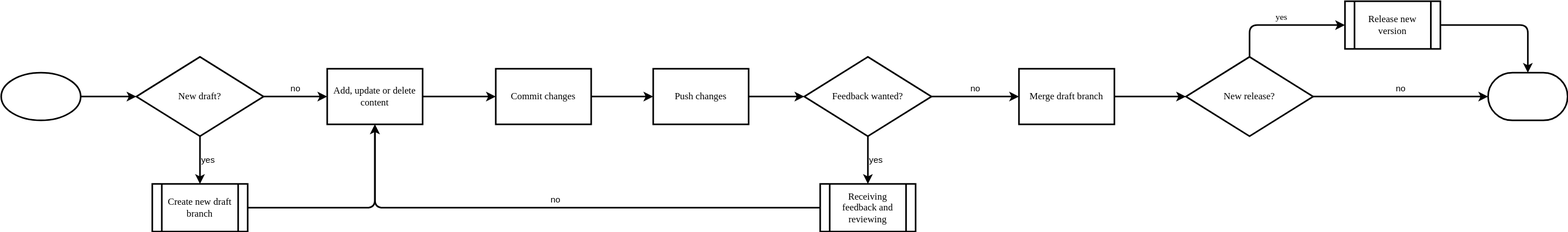
Above: modules/ROOT/images/proc_maintaining_docs.drawio.svg in Netbeheer-Nederland/doc-documentation-manual (draw.io), before the change. Source tidied: cells renumbered, new cells last; positions are measured from the earlier drawing's top-left corner, leaving out a move shared by most shapes. Source of this version:
```xml
<mxGraphModel>
  <root>
    <mxCell id="0" />
    <mxCell id="1" parent="0" />
    <mxCell id="2" style="edgeStyle=orthogonalEdgeStyle;rounded=0;jettySize=auto;html=1;strokeWidth=2;labelBackgroundColor=none;" parent="1" edge="1" source="3" target="8">
      <mxGeometry relative="1" as="geometry" />
    </mxCell>
    <mxCell id="3" style="strokeWidth=2;html=1;shape=mxgraph.flowchart.start_1;whiteSpace=wrap;rounded=0;fontFamily=Verdana;" parent="1" vertex="1">
      <mxGeometry y="90" width="100" height="60" as="geometry" />
    </mxCell>
    <mxCell id="4" style="edgeStyle=orthogonalEdgeStyle;rounded=0;jettySize=auto;html=1;strokeWidth=2;labelBackgroundColor=none;" parent="1" edge="1" source="5" target="13">
      <mxGeometry relative="1" as="geometry" />
    </mxCell>
    <mxCell id="5" value="Add, update or delete content" style="rounded=0;whiteSpace=wrap;html=1;absoluteArcSize=1;arcSize=14;strokeWidth=2;fontFamily=Verdana;" parent="1" vertex="1">
      <mxGeometry x="410" y="85" width="120" height="70" as="geometry" />
    </mxCell>
    <mxCell id="6" value="no" style="edgeStyle=orthogonalEdgeStyle;rounded=0;jettySize=auto;html=1;strokeWidth=2;labelBackgroundColor=none;spacingBottom=20;" parent="1" edge="1" source="8" target="5">
      <mxGeometry relative="1" as="geometry" />
    </mxCell>
    <mxCell id="7" value="yes" style="edgeStyle=orthogonalEdgeStyle;rounded=0;jettySize=auto;html=1;strokeWidth=2;labelBackgroundColor=none;spacingLeft=20;" parent="1" edge="1" source="8" target="24">
      <mxGeometry relative="1" as="geometry" />
    </mxCell>
    <mxCell id="8" value="New draft?" style="rhombus;whiteSpace=wrap;html=1;rounded=0;fontFamily=Verdana;strokeWidth=2;" parent="1" vertex="1">
      <mxGeometry x="170" y="70" width="160" height="100" as="geometry" />
    </mxCell>
    <mxCell id="9" value="yes" style="edgeStyle=orthogonalEdgeStyle;rounded=1;jettySize=auto;html=1;fontFamily=Verdana;strokeWidth=2;exitX=0.5;exitY=0;exitDx=0;exitDy=0;entryX=0;entryY=0.5;entryDx=0;entryDy=0;labelBackgroundColor=none;spacingBottom=20;" parent="1" edge="1" source="10" target="20">
      <mxGeometry relative="1" as="geometry" />
    </mxCell>
    <mxCell id="10" value="New release?" style="rhombus;whiteSpace=wrap;html=1;rounded=0;fontFamily=Verdana;strokeWidth=2;" parent="1" vertex="1">
      <mxGeometry x="1490" y="70" width="160" height="100" as="geometry" />
    </mxCell>
    <mxCell id="11" style="strokeWidth=2;html=1;shape=mxgraph.flowchart.terminator;whiteSpace=wrap;hachureGap=4;fontFamily=Verdana;" parent="1" vertex="1">
      <mxGeometry x="1870" y="90" width="100" height="60" as="geometry" />
    </mxCell>
    <mxCell id="12" style="edgeStyle=orthogonalEdgeStyle;rounded=0;jettySize=auto;html=1;strokeWidth=2;labelBackgroundColor=none;" parent="1" edge="1" source="13" target="15">
      <mxGeometry relative="1" as="geometry" />
    </mxCell>
    <mxCell id="13" value="Commit changes" style="rounded=0;whiteSpace=wrap;html=1;absoluteArcSize=1;arcSize=14;strokeWidth=2;fontFamily=Verdana;" parent="1" vertex="1">
      <mxGeometry x="622" y="85" width="120" height="70" as="geometry" />
    </mxCell>
    <mxCell id="14" style="edgeStyle=orthogonalEdgeStyle;rounded=0;jettySize=auto;html=1;strokeWidth=2;labelBackgroundColor=none;" parent="1" edge="1" source="15" target="18">
      <mxGeometry relative="1" as="geometry" />
    </mxCell>
    <mxCell id="15" value="Push changes" style="rounded=0;whiteSpace=wrap;html=1;absoluteArcSize=1;arcSize=14;strokeWidth=2;fontFamily=Verdana;" parent="1" vertex="1">
      <mxGeometry x="820" y="85" width="120" height="70" as="geometry" />
    </mxCell>
    <mxCell id="16" value="yes" style="edgeStyle=orthogonalEdgeStyle;rounded=0;jettySize=auto;html=1;strokeWidth=2;labelBackgroundColor=none;spacingLeft=20;" parent="1" edge="1" source="18" target="22">
      <mxGeometry relative="1" as="geometry" />
    </mxCell>
    <mxCell id="17" value="no" style="edgeStyle=orthogonalEdgeStyle;rounded=0;jettySize=auto;html=1;strokeWidth=2;entryX=0;entryY=0.5;entryDx=0;entryDy=0;labelBackgroundColor=none;spacingBottom=20;" parent="1" edge="1" source="18" target="27">
      <mxGeometry relative="1" as="geometry" />
    </mxCell>
    <mxCell id="18" value="Feedback wanted?" style="rhombus;whiteSpace=wrap;html=1;rounded=0;fontFamily=Verdana;strokeWidth=2;" parent="1" vertex="1">
      <mxGeometry x="1010" y="70" width="160" height="100" as="geometry" />
    </mxCell>
    <mxCell id="19" style="edgeStyle=orthogonalEdgeStyle;rounded=1;jettySize=auto;html=1;strokeWidth=2;labelBackgroundColor=none;" parent="1" edge="1" source="20" target="11">
      <mxGeometry relative="1" as="geometry" />
    </mxCell>
    <mxCell id="20" value="Release new version" style="shape=process;whiteSpace=wrap;html=1;backgroundOutline=1;strokeWidth=2;fontFamily=Verdana;" parent="1" vertex="1">
      <mxGeometry x="1690" width="120" height="60" as="geometry" />
    </mxCell>
    <mxCell id="21" value="no" style="edgeStyle=orthogonalEdgeStyle;rounded=1;jettySize=auto;html=1;strokeWidth=2;entryX=0.5;entryY=1;entryDx=0;entryDy=0;labelBackgroundColor=none;spacingBottom=20;" parent="1" edge="1" source="22" target="5">
      <mxGeometry relative="1" as="geometry">
        <Array as="points">
          <mxPoint x="470" y="260" />
        </Array>
      </mxGeometry>
    </mxCell>
    <mxCell id="22" value="Receiving feedback and reviewing" style="shape=process;whiteSpace=wrap;html=1;backgroundOutline=1;strokeWidth=2;fontFamily=Verdana;" parent="1" vertex="1">
      <mxGeometry x="1030" y="230" width="120" height="60" as="geometry" />
    </mxCell>
    <mxCell id="23" style="edgeStyle=orthogonalEdgeStyle;rounded=1;jettySize=auto;html=1;entryX=0.5;entryY=1;entryDx=0;entryDy=0;strokeWidth=2;labelBackgroundColor=none;" parent="1" edge="1" source="24" target="5">
      <mxGeometry relative="1" as="geometry" />
    </mxCell>
    <mxCell id="24" value="Create new draft branch" style="shape=process;whiteSpace=wrap;html=1;backgroundOutline=1;strokeWidth=2;fontFamily=Verdana;" parent="1" vertex="1">
      <mxGeometry x="190" y="230" width="120" height="60" as="geometry" />
    </mxCell>
    <mxCell id="25" value="no" style="edgeStyle=orthogonalEdgeStyle;rounded=0;jettySize=auto;html=1;exitX=1;exitY=0.5;exitDx=0;exitDy=0;entryX=0;entryY=0.5;entryDx=0;entryDy=0;strokeWidth=2;entryPerimeter=0;labelBackgroundColor=none;spacingBottom=20;" parent="1" edge="1" source="10" target="11">
      <mxGeometry relative="1" as="geometry" />
    </mxCell>
    <mxCell id="26" style="edgeStyle=orthogonalEdgeStyle;rounded=0;jettySize=auto;html=1;entryX=0;entryY=0.5;entryDx=0;entryDy=0;labelBackgroundColor=none;strokeWidth=2;" parent="1" edge="1" source="27" target="10">
      <mxGeometry relative="1" as="geometry" />
    </mxCell>
    <mxCell id="27" value="Merge draft branch" style="rounded=0;whiteSpace=wrap;html=1;absoluteArcSize=1;arcSize=14;strokeWidth=2;fontFamily=Verdana;" parent="1" vertex="1">
      <mxGeometry x="1280" y="85" width="120" height="70" as="geometry" />
    </mxCell>
  </root>
</mxGraphModel>
```
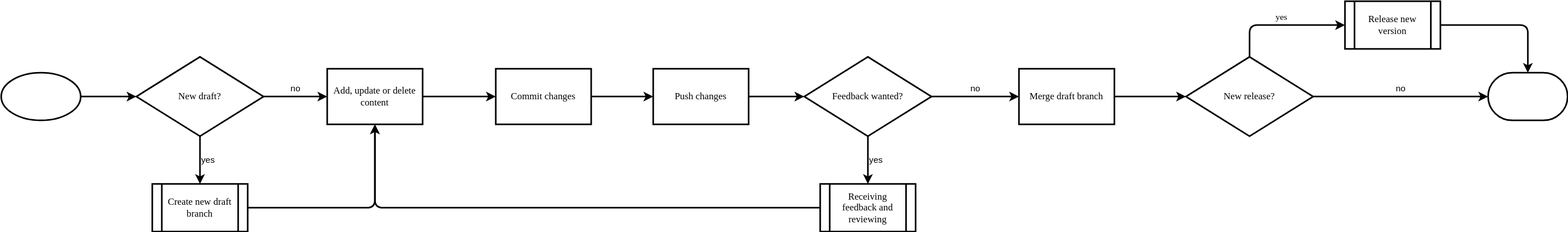
Above is the later version.

Commit message:
Improved process diagram

Change to the diagram source:
```diff
@@ -59,7 +59,7 @@
     <mxCell id="20" value="Release new version" style="shape=process;whiteSpace=wrap;html=1;backgroundOutline=1;strokeWidth=2;fontFamily=Verdana;" parent="1" vertex="1">
       <mxGeometry x="1690" width="120" height="60" as="geometry" />
     </mxCell>
-    <mxCell id="21" value="no" style="edgeStyle=orthogonalEdgeStyle;rounded=1;jettySize=auto;html=1;strokeWidth=2;entryX=0.5;entryY=1;entryDx=0;entryDy=0;labelBackgroundColor=none;spacingBottom=20;" parent="1" edge="1" source="22" target="5">
+    <mxCell id="21" style="edgeStyle=orthogonalEdgeStyle;rounded=1;jettySize=auto;html=1;strokeWidth=2;entryX=0.5;entryY=1;entryDx=0;entryDy=0;labelBackgroundColor=none;spacingBottom=20;" parent="1" edge="1" source="22" target="5">
       <mxGeometry relative="1" as="geometry">
         <Array as="points">
           <mxPoint x="470" y="260" />
```
